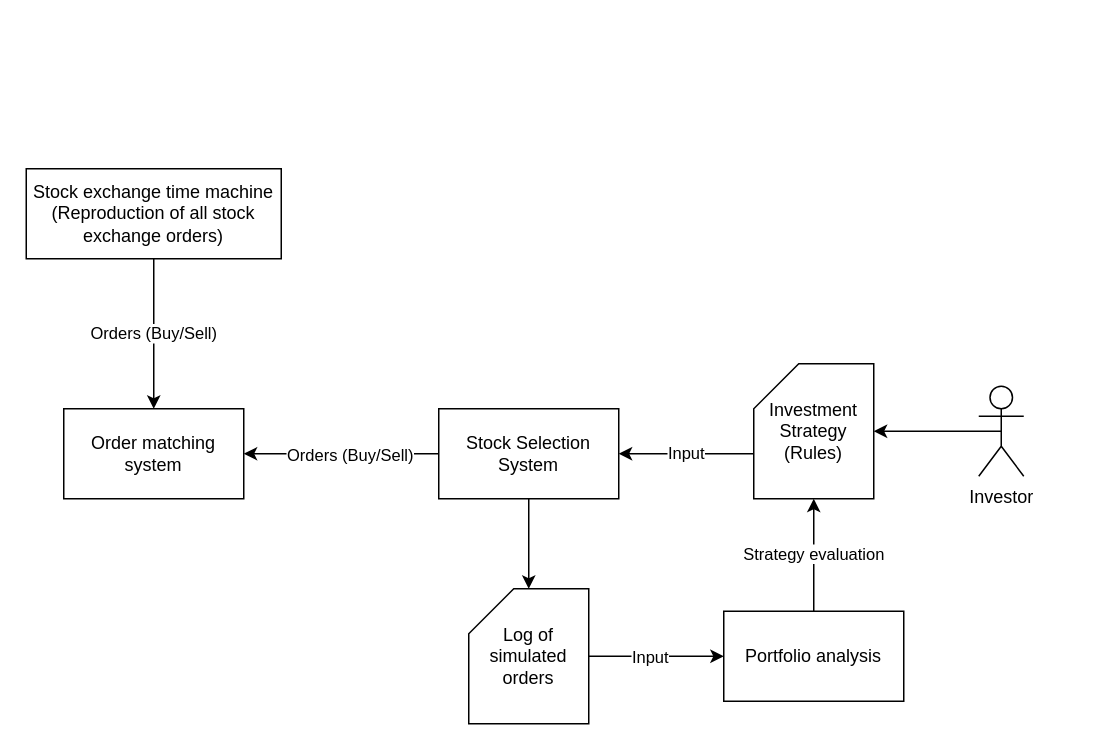
The draw.io diagram electronic-trading-platform-simulator.drawio in durvalcarvalho/electronic-trading-platform-simulator, before the edit. Source tidied: cells renumbered, new cells numbered last; positions are measured from the earlier drawing's top-left corner, leaving out a move shared by most shapes. Both pictures are drawn from the tidied source at 150%, with x=0, y=0 at pixel (26, 168).
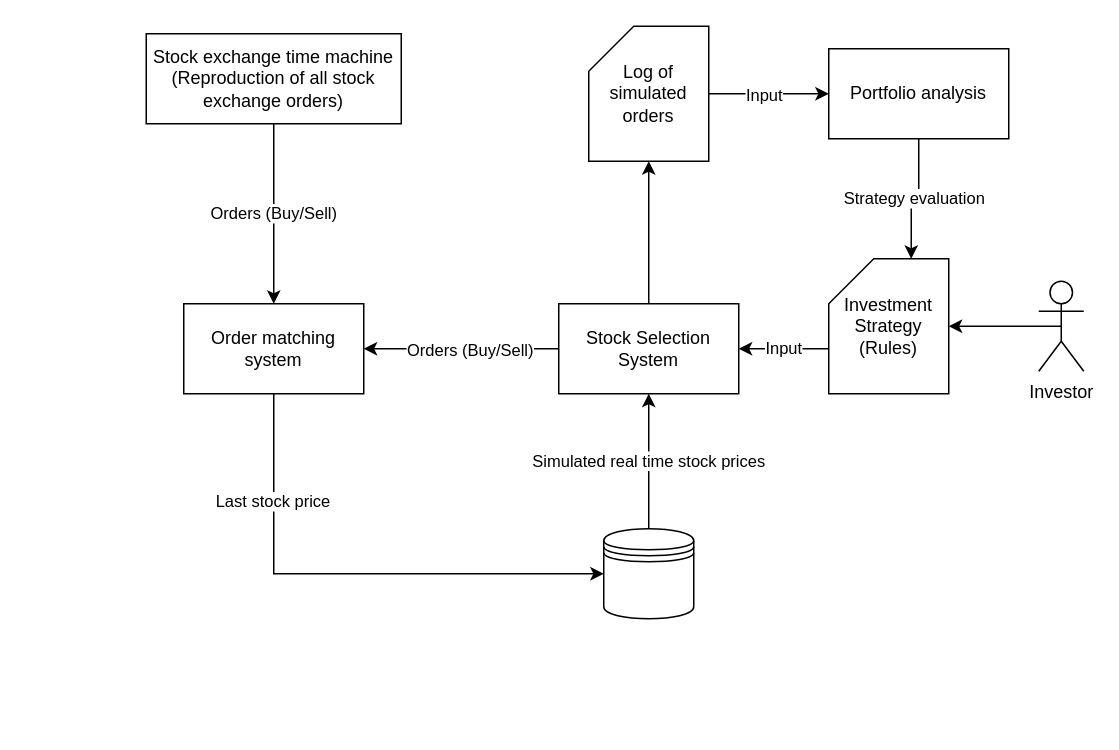
The same diagram, later.

Diff of the diagram source:
```diff
@@
+    <mxCell id="18" style="edgeStyle=orthogonalEdgeStyle;rounded=0;jettySize=auto;html=1;exitX=0.5;exitY=1;exitDx=0;exitDy=0;entryX=0;entryY=0.5;entryDx=0;entryDy=0;" parent="1" edge="1" source="2" target="21">
+      <mxGeometry relative="1" as="geometry" />
+    </mxCell>
+    <mxCell id="19" value="Last stock price&amp;nbsp;" style="edgeLabel;html=1;align=center;verticalAlign=middle;" parent="18" vertex="1">
+      <mxGeometry x="-0.58" relative="1" as="geometry" />
+    </mxCell>
     <mxCell id="2" value="Order matching system" style="rounded=0;whiteSpace=wrap;html=1;" parent="1" vertex="1">
-      <mxGeometry x="25" y="160" width="120" height="60" as="geometry" />
+      <mxGeometry x="105" y="90" width="120" height="60" as="geometry" />
     </mxCell>
@@
-    <mxCell id="5" style="edgeStyle=orthogonalEdgeStyle;rounded=0;jettySize=auto;html=1;exitX=0.5;exitY=1;exitDx=0;exitDy=0;" parent="1" edge="1" source="6" target="15">
+    <mxCell id="5" style="edgeStyle=orthogonalEdgeStyle;rounded=0;jettySize=auto;html=1;exitX=0.5;exitY=0;exitDx=0;exitDy=0;" parent="1" edge="1" source="6" target="15">
       <mxGeometry relative="1" as="geometry" />
     </mxCell>
     <mxCell id="6" value="Stock Selection System" style="rounded=0;whiteSpace=wrap;html=1;" parent="1" vertex="1">
-      <mxGeometry x="275" y="160" width="120" height="60" as="geometry" />
+      <mxGeometry x="355" y="90" width="120" height="60" as="geometry" />
     </mxCell>
@@
     <mxCell id="8" value="Investor" style="shape=umlActor;verticalLabelPosition=bottom;labelBackgroundColor=#ffffff;verticalAlign=top;html=1;outlineConnect=0;" parent="1" vertex="1">
-      <mxGeometry x="635" y="145" width="30" height="60" as="geometry" />
+      <mxGeometry x="675" y="75" width="30" height="60" as="geometry" />
     </mxCell>
@@
     <mxCell id="10" value="Investment Strategy (Rules)" style="shape=card;whiteSpace=wrap;html=1;" parent="1" vertex="1">
-      <mxGeometry x="485" y="130" width="80" height="90" as="geometry" />
+      <mxGeometry x="535" y="60" width="80" height="90" as="geometry" />
     </mxCell>
@@
     <mxCell id="12" value="Stock exchange time machine (Reproduction of all stock exchange orders)" style="rounded=0;whiteSpace=wrap;html=1;" parent="1" vertex="1">
-      <mxGeometry width="170" height="60" as="geometry" />
+      <mxGeometry x="80" y="-90" width="170" height="60" as="geometry" />
     </mxCell>
@@
     <mxCell id="15" value="Log of simulated orders" style="shape=card;whiteSpace=wrap;html=1;" parent="1" vertex="1">
-      <mxGeometry x="295" y="280" width="80" height="90" as="geometry" />
+      <mxGeometry x="375" y="-95" width="80" height="90" as="geometry" />
     </mxCell>
-    <mxCell id="16" value="Strategy evaluation" style="edgeStyle=orthogonalEdgeStyle;rounded=0;jettySize=auto;html=1;exitX=0.5;exitY=0;exitDx=0;exitDy=0;entryX=0.5;entryY=1;entryDx=0;entryDy=0;entryPerimeter=0;" parent="1" edge="1" source="17" target="10">
+    <mxCell id="16" value="Strategy evaluation" style="edgeStyle=orthogonalEdgeStyle;rounded=0;jettySize=auto;html=1;exitX=0.5;exitY=1;exitDx=0;exitDy=0;entryX=0;entryY=0;entryDx=55;entryDy=0;entryPerimeter=0;" parent="1" edge="1" source="17" target="10">
       <mxGeometry relative="1" as="geometry" />
     </mxCell>
     <mxCell id="17" value="Portfolio analysis" style="rounded=0;whiteSpace=wrap;html=1;" parent="1" vertex="1">
-      <mxGeometry x="465" y="295" width="120" height="60" as="geometry" />
+      <mxGeometry x="535" y="-80" width="120" height="60" as="geometry" />
     </mxCell>
+    <mxCell id="20" value="Simulated real time stock prices" style="edgeStyle=orthogonalEdgeStyle;rounded=0;jettySize=auto;html=1;exitX=0.5;exitY=0;exitDx=0;exitDy=0;entryX=0.5;entryY=1;entryDx=0;entryDy=0;" parent="1" edge="1" source="21" target="6">
+      <mxGeometry relative="1" as="geometry" />
+    </mxCell>
+    <mxCell id="21" style="shape=datastore;whiteSpace=wrap;html=1;" parent="1" vertex="1">
+      <mxGeometry x="385" y="240" width="60" height="60" as="geometry" />
+    </mxCell>
```
